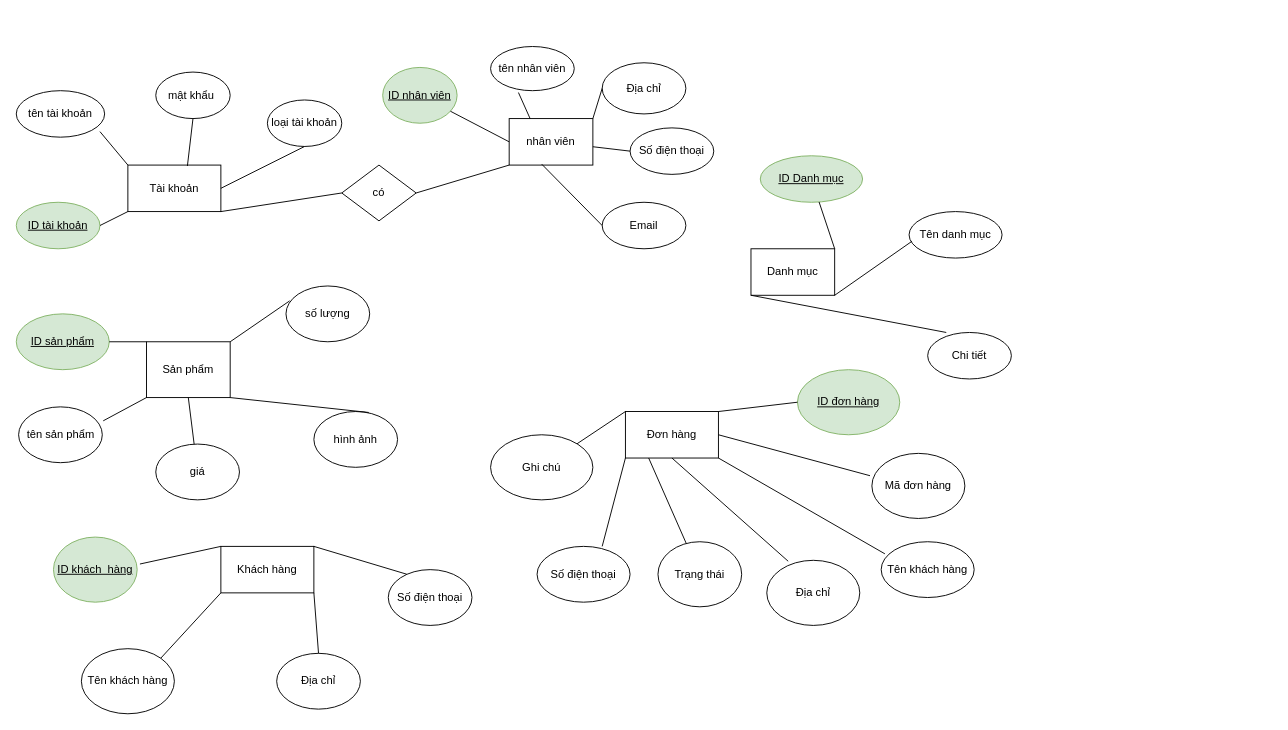
Above: DtbAsg.drawio in DungCR7/Database (draw.io), before the change. Source tidied: cells renumbered, new cells numbered last; positions are measured from the earlier drawing's top-left corner, leaving out a move shared by most shapes. Both pictures are drawn from the tidied source at 93%, with x=0, y=0 at pixel (16, 46).
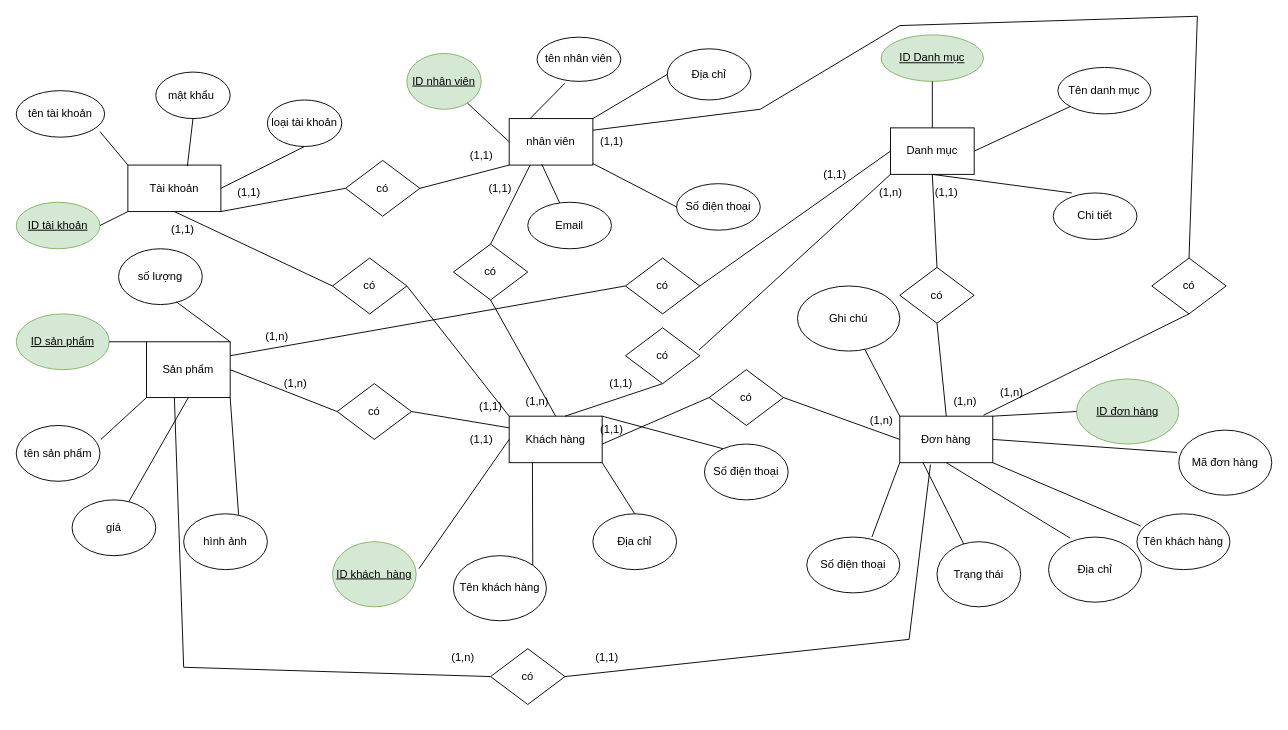
The same diagram, later.

The change refers to these unchanged cells:
```xml
<mxCell id="2" value="Tài khoản" style="rounded=0;whiteSpace=wrap;html=1;" parent="1" vertex="1">
  <mxGeometry x="120" y="128" width="100" height="50" as="geometry" />
</mxCell>
<mxCell id="8" value="nhân viên" style="rounded=0;whiteSpace=wrap;html=1;" parent="1" vertex="1">
  <mxGeometry x="530" y="78" width="90" height="50" as="geometry" />
</mxCell>
<mxCell id="17" value="Sản phẩm" style="rounded=0;whiteSpace=wrap;html=1;" parent="1" vertex="1">
  <mxGeometry x="140" y="318" width="90" height="60" as="geometry" />
</mxCell>
```

The edit, as a diff of the source:
```diff
@@
     <mxCell id="3" value="&lt;u&gt;ID nhân viên&lt;/u&gt;" style="ellipse;whiteSpace=wrap;html=1;fillColor=#d5e8d4;strokeColor=#82b366;" parent="1" vertex="1">
-      <mxGeometry x="394" y="23" width="80" height="60" as="geometry" />
+      <mxGeometry x="420" y="8" width="80" height="60" as="geometry" />
     </mxCell>
@@
     <mxCell id="9" value="Số điện thoại" style="ellipse;whiteSpace=wrap;html=1;" parent="1" vertex="1">
-      <mxGeometry x="660" y="88" width="90" height="50" as="geometry" />
+      <mxGeometry x="710" y="148" width="90" height="50" as="geometry" />
     </mxCell>
     <mxCell id="10" value="Địa chỉ" style="ellipse;whiteSpace=wrap;html=1;" parent="1" vertex="1">
-      <mxGeometry x="630" y="18" width="90" height="55" as="geometry" />
+      <mxGeometry x="700" y="3" width="90" height="55" as="geometry" />
     </mxCell>
     <mxCell id="11" value="tên nhân viên" style="ellipse;whiteSpace=wrap;html=1;" parent="1" vertex="1">
-      <mxGeometry x="510" y="0.5" width="90" height="47.5" as="geometry" />
+      <mxGeometry x="560" y="-9.5" width="90" height="47.5" as="geometry" />
     </mxCell>
     <mxCell id="12" value="Email" style="ellipse;whiteSpace=wrap;html=1;" parent="1" vertex="1">
-      <mxGeometry x="630" y="168" width="90" height="50" as="geometry" />
+      <mxGeometry x="550" y="168" width="90" height="50" as="geometry" />
     </mxCell>
     <mxCell id="13" value="Danh mục" style="rounded=0;whiteSpace=wrap;html=1;" parent="1" vertex="1">
-      <mxGeometry x="790" y="218" width="90" height="50" as="geometry" />
+      <mxGeometry x="940" y="88" width="90" height="50" as="geometry" />
     </mxCell>
     <mxCell id="14" value="Chi tiết" style="ellipse;whiteSpace=wrap;html=1;" parent="1" vertex="1">
-      <mxGeometry x="980" y="308" width="90" height="50" as="geometry" />
+      <mxGeometry x="1115" y="158" width="90" height="50" as="geometry" />
     </mxCell>
     <mxCell id="15" value="&lt;u&gt;ID Danh mục&lt;/u&gt;" style="ellipse;whiteSpace=wrap;html=1;fillColor=#d5e8d4;strokeColor=#82b366;" parent="1" vertex="1">
-      <mxGeometry x="800" y="118" width="110" height="50" as="geometry" />
+      <mxGeometry x="930" y="-12" width="110" height="50" as="geometry" />
     </mxCell>
     <mxCell id="16" value="Tên danh mục" style="ellipse;whiteSpace=wrap;html=1;" parent="1" vertex="1">
-      <mxGeometry x="960" y="178" width="100" height="50" as="geometry" />
+      <mxGeometry x="1120" y="23" width="100" height="50" as="geometry" />
     </mxCell>
@@
     <mxCell id="18" value="hình ảnh" style="ellipse;whiteSpace=wrap;html=1;" parent="1" vertex="1">
-      <mxGeometry x="320" y="393" width="90" height="60" as="geometry" />
+      <mxGeometry x="180" y="503" width="90" height="60" as="geometry" />
     </mxCell>
     <mxCell id="19" value="số lượng" style="ellipse;whiteSpace=wrap;html=1;" parent="1" vertex="1">
-      <mxGeometry x="290" y="258" width="90" height="60" as="geometry" />
+      <mxGeometry x="110" y="218" width="90" height="60" as="geometry" />
     </mxCell>
     <mxCell id="20" value="giá" style="ellipse;whiteSpace=wrap;html=1;" parent="1" vertex="1">
-      <mxGeometry x="150" y="428" width="90" height="60" as="geometry" />
+      <mxGeometry x="60" y="488" width="90" height="60" as="geometry" />
     </mxCell>
     <mxCell id="21" value="tên sản phẩm" style="ellipse;whiteSpace=wrap;html=1;" parent="1" vertex="1">
-      <mxGeometry x="2.5" y="388" width="90" height="60" as="geometry" />
+      <mxGeometry y="408" width="90" height="60" as="geometry" />
     </mxCell>
@@
     <mxCell id="23" value="Khách hàng" style="rounded=0;whiteSpace=wrap;html=1;" parent="1" vertex="1">
-      <mxGeometry x="220" y="538" width="100" height="50" as="geometry" />
+      <mxGeometry x="530" y="398" width="100" height="50" as="geometry" />
     </mxCell>
     <mxCell id="24" value="Số điện thoại" style="ellipse;whiteSpace=wrap;html=1;" parent="1" vertex="1">
-      <mxGeometry x="400" y="563" width="90" height="60" as="geometry" />
+      <mxGeometry x="740" y="428" width="90" height="60" as="geometry" />
     </mxCell>
     <mxCell id="25" value="Địa chỉ" style="ellipse;whiteSpace=wrap;html=1;" parent="1" vertex="1">
-      <mxGeometry x="280" y="653" width="90" height="60" as="geometry" />
+      <mxGeometry x="620" y="503" width="90" height="60" as="geometry" />
     </mxCell>
     <mxCell id="26" value="Tên khách hàng" style="ellipse;whiteSpace=wrap;html=1;" parent="1" vertex="1">
-      <mxGeometry x="70" y="648" width="100" height="70" as="geometry" />
+      <mxGeometry x="470" y="548" width="100" height="70" as="geometry" />
     </mxCell>
     <mxCell id="27" value="&lt;u&gt;ID khách&amp;nbsp; hàng&lt;/u&gt;" style="ellipse;whiteSpace=wrap;html=1;fillColor=#d5e8d4;strokeColor=#82b366;" parent="1" vertex="1">
-      <mxGeometry x="40" y="528" width="90" height="70" as="geometry" />
+      <mxGeometry x="340" y="533" width="90" height="70" as="geometry" />
     </mxCell>
     <mxCell id="28" value="Đơn hàng" style="rounded=0;whiteSpace=wrap;html=1;" parent="1" vertex="1">
-      <mxGeometry x="655" y="393" width="100" height="50" as="geometry" />
+      <mxGeometry x="950" y="398" width="100" height="50" as="geometry" />
     </mxCell>
     <mxCell id="29" value="Ghi chú" style="ellipse;whiteSpace=wrap;html=1;" parent="1" vertex="1">
-      <mxGeometry x="510" y="418" width="110" height="70" as="geometry" />
+      <mxGeometry x="840" y="258" width="110" height="70" as="geometry" />
     </mxCell>
     <mxCell id="30" value="Trạng thái" style="ellipse;whiteSpace=wrap;html=1;" parent="1" vertex="1">
-      <mxGeometry x="690" y="533" width="90" height="70" as="geometry" />
+      <mxGeometry x="990" y="533" width="90" height="70" as="geometry" />
     </mxCell>
     <mxCell id="31" value="Tên khách hàng" style="ellipse;whiteSpace=wrap;html=1;" parent="1" vertex="1">
-      <mxGeometry x="930" y="533" width="100" height="60" as="geometry" />
+      <mxGeometry x="1205" y="503" width="100" height="60" as="geometry" />
     </mxCell>
     <mxCell id="32" value="Số điện thoại" style="ellipse;whiteSpace=wrap;html=1;" parent="1" vertex="1">
-      <mxGeometry x="560" y="538" width="100" height="60" as="geometry" />
+      <mxGeometry x="850" y="528" width="100" height="60" as="geometry" />
     </mxCell>
     <mxCell id="33" value="Địa chỉ" style="ellipse;whiteSpace=wrap;html=1;" parent="1" vertex="1">
-      <mxGeometry x="807" y="553" width="100" height="70" as="geometry" />
+      <mxGeometry x="1110" y="528" width="100" height="70" as="geometry" />
     </mxCell>
     <mxCell id="34" value="Mã đơn hàng" style="ellipse;whiteSpace=wrap;html=1;" parent="1" vertex="1">
-      <mxGeometry x="920" y="438" width="100" height="70" as="geometry" />
+      <mxGeometry x="1250" y="413" width="100" height="70" as="geometry" />
     </mxCell>
     <mxCell id="35" value="&lt;u&gt;ID đơn hàng&lt;/u&gt;" style="ellipse;whiteSpace=wrap;html=1;fillColor=#d5e8d4;strokeColor=#82b366;" parent="1" vertex="1">
-      <mxGeometry x="840" y="348" width="110" height="70" as="geometry" />
+      <mxGeometry x="1140" y="358" width="110" height="70" as="geometry" />
     </mxCell>
     <mxCell id="36" value="có" style="rhombus;whiteSpace=wrap;html=1;" parent="1" vertex="1">
-      <mxGeometry x="350" y="128" width="80" height="60" as="geometry" />
+      <mxGeometry x="354" y="123" width="80" height="60" as="geometry" />
     </mxCell>
@@
-    <mxCell id="45" style="endArrow=none;html=1;rounded=0;entryX=0.222;entryY=0;entryDx=0;entryDy=0;entryPerimeter=0;exitX=0;exitY=1;exitDx=0;exitDy=0;" parent="1" edge="1" source="13" target="14">
+    <mxCell id="45" style="endArrow=none;html=1;rounded=0;entryX=0.222;entryY=0;entryDx=0;entryDy=0;entryPerimeter=0;exitX=0.5;exitY=1;exitDx=0;exitDy=0;" parent="1" edge="1" source="13" target="14">
       <mxGeometry relative="1" as="geometry" />
     </mxCell>
-    <mxCell id="46" style="endArrow=none;html=1;rounded=0;entryX=0.03;entryY=0.64;entryDx=0;entryDy=0;entryPerimeter=0;exitX=1;exitY=1;exitDx=0;exitDy=0;" parent="1" edge="1" source="13" target="16">
+    <mxCell id="46" style="endArrow=none;html=1;rounded=0;exitX=1;exitY=0.5;exitDx=0;exitDy=0;" parent="1" edge="1" source="13" target="16">
       <mxGeometry relative="1" as="geometry" />
     </mxCell>
-    <mxCell id="47" style="endArrow=none;html=1;rounded=0;entryX=1;entryY=0;entryDx=0;entryDy=0;" parent="1" edge="1" source="15" target="13">
+    <mxCell id="47" style="endArrow=none;html=1;rounded=0;entryX=0.5;entryY=0;entryDx=0;entryDy=0;" parent="1" edge="1" source="15" target="13">
       <mxGeometry relative="1" as="geometry" />
     </mxCell>
-    <mxCell id="48" style="endArrow=none;html=1;rounded=0;entryX=0;entryY=0.5;entryDx=0;entryDy=0;exitX=0.389;exitY=0.98;exitDx=0;exitDy=0;exitPerimeter=0;" parent="1" edge="1" source="8" target="12">
+    <mxCell id="48" style="endArrow=none;html=1;rounded=0;exitX=0.389;exitY=0.98;exitDx=0;exitDy=0;exitPerimeter=0;" parent="1" edge="1" source="8" target="12">
       <mxGeometry relative="1" as="geometry" />
     </mxCell>
@@
-    <mxCell id="54" style="endArrow=none;html=1;rounded=0;exitX=1.033;exitY=0.414;exitDx=0;exitDy=0;exitPerimeter=0;entryX=0;entryY=0;entryDx=0;entryDy=0;" parent="1" edge="1" source="27" target="23">
+    <mxCell id="54" style="endArrow=none;html=1;rounded=0;exitX=1.033;exitY=0.414;exitDx=0;exitDy=0;exitPerimeter=0;entryX=0;entryY=0.5;entryDx=0;entryDy=0;" parent="1" edge="1" source="27" target="23">
       <mxGeometry relative="1" as="geometry" />
     </mxCell>
@@
-    <mxCell id="57" style="endArrow=none;html=1;rounded=0;entryX=1;entryY=0;entryDx=0;entryDy=0;exitX=0;exitY=1;exitDx=0;exitDy=0;" parent="1" edge="1" source="23" target="26">
+    <mxCell id="57" style="endArrow=none;html=1;rounded=0;entryX=1;entryY=0;entryDx=0;entryDy=0;exitX=0.25;exitY=1;exitDx=0;exitDy=0;" parent="1" edge="1" source="23" target="26">
       <mxGeometry relative="1" as="geometry" />
     </mxCell>
@@
-    <mxCell id="60" style="endArrow=none;html=1;rounded=0;entryX=1;entryY=0;entryDx=0;entryDy=0;exitX=0.044;exitY=0.267;exitDx=0;exitDy=0;exitPerimeter=0;" parent="1" edge="1" source="19" target="17">
+    <mxCell id="60" style="endArrow=none;html=1;rounded=0;entryX=1;entryY=0;entryDx=0;entryDy=0;exitX=0.689;exitY=0.95;exitDx=0;exitDy=0;exitPerimeter=0;" parent="1" edge="1" source="19" target="17">
       <mxGeometry relative="1" as="geometry" />
     </mxCell>
@@
+    <mxCell id="67" value="(1,1)" style="text;html=1;align=center;verticalAlign=middle;strokeColor=none;fillColor=none;" parent="1" vertex="1">
+      <mxGeometry x="230" y="148" width="40" height="20" as="geometry" />
+    </mxCell>
+    <mxCell id="68" value="(1,1)" style="text;html=1;align=center;verticalAlign=middle;strokeColor=none;fillColor=none;" parent="1" vertex="1">
+      <mxGeometry x="480" y="108" width="40" height="20" as="geometry" />
+    </mxCell>
+    <mxCell id="69" value="(1,1)" style="text;html=1;align=center;verticalAlign=middle;strokeColor=none;fillColor=none;" parent="1" vertex="1">
+      <mxGeometry x="490" y="378" width="40" height="20" as="geometry" />
+    </mxCell>
+    <mxCell id="70" value="&lt;span style=&quot;color: rgb(0, 0, 0); font-family: helvetica; font-size: 12px; font-style: normal; font-weight: 400; letter-spacing: normal; text-align: center; text-indent: 0px; text-transform: none; word-spacing: 0px; background-color: rgb(248, 249, 250); display: inline; float: none;&quot;&gt;(1,1)&lt;/span&gt;" style="text;whiteSpace=wrap;html=1;" parent="1" vertex="1">
+      <mxGeometry x="165" y="183" width="50" height="30" as="geometry" />
+    </mxCell>
+    <mxCell id="71" value="có" style="rhombus;whiteSpace=wrap;html=1;" parent="1" vertex="1">
+      <mxGeometry x="340" y="228" width="80" height="60" as="geometry" />
+    </mxCell>
+    <mxCell id="72" style="endArrow=none;html=1;rounded=0;exitX=0.5;exitY=1;exitDx=0;exitDy=0;entryX=0;entryY=0.5;entryDx=0;entryDy=0;" parent="1" edge="1" source="2" target="71">
+      <mxGeometry relative="1" as="geometry" />
+    </mxCell>
+    <mxCell id="73" style="endArrow=none;html=1;rounded=0;exitX=1;exitY=0.5;exitDx=0;exitDy=0;entryX=0;entryY=0;entryDx=0;entryDy=0;" parent="1" edge="1" source="71" target="23">
+      <mxGeometry relative="1" as="geometry" />
+    </mxCell>
+    <mxCell id="74" value="có" style="rhombus;whiteSpace=wrap;html=1;" parent="1" vertex="1">
+      <mxGeometry x="345" y="363" width="80" height="60" as="geometry" />
+    </mxCell>
+    <mxCell id="75" style="endArrow=none;html=1;rounded=0;exitX=1;exitY=1;exitDx=0;exitDy=0;entryX=0;entryY=0.5;entryDx=0;entryDy=0;" parent="1" edge="1" target="74">
+      <mxGeometry relative="1" as="geometry">
+        <mxPoint x="230" y="348" as="sourcePoint" />
+      </mxGeometry>
+    </mxCell>
+    <mxCell id="76" style="endArrow=none;html=1;rounded=0;exitX=1;exitY=0.5;exitDx=0;exitDy=0;entryX=0;entryY=0.25;entryDx=0;entryDy=0;" parent="1" edge="1" source="74" target="23">
+      <mxGeometry relative="1" as="geometry" />
+    </mxCell>
+    <mxCell id="77" value="(1,1)" style="text;html=1;align=center;verticalAlign=middle;strokeColor=none;fillColor=none;" parent="1" vertex="1">
+      <mxGeometry x="480" y="413" width="40" height="20" as="geometry" />
+    </mxCell>
+    <mxCell id="78" value="(1,n)" style="text;html=1;align=center;verticalAlign=middle;strokeColor=none;fillColor=none;" parent="1" vertex="1">
+      <mxGeometry x="280" y="353" width="40" height="20" as="geometry" />
+    </mxCell>
+    <mxCell id="79" value="có" style="rhombus;whiteSpace=wrap;html=1;" parent="1" vertex="1">
+      <mxGeometry x="655" y="228" width="80" height="60" as="geometry" />
+    </mxCell>
+    <mxCell id="80" style="endArrow=none;html=1;rounded=0;exitX=1;exitY=0.25;exitDx=0;exitDy=0;entryX=0;entryY=0.5;entryDx=0;entryDy=0;" parent="1" edge="1" source="17" target="79">
+      <mxGeometry relative="1" as="geometry" />
+    </mxCell>
+    <mxCell id="81" style="endArrow=none;html=1;rounded=0;exitX=1;exitY=0.5;exitDx=0;exitDy=0;entryX=0;entryY=0.5;entryDx=0;entryDy=0;" parent="1" edge="1" source="79" target="13">
+      <mxGeometry relative="1" as="geometry" />
+    </mxCell>
+    <mxCell id="82" value="(1,n)" style="text;html=1;align=center;verticalAlign=middle;strokeColor=none;fillColor=none;" parent="1" vertex="1">
+      <mxGeometry x="260" y="303" width="40" height="20" as="geometry" />
+    </mxCell>
+    <mxCell id="83" value="(1,1)" style="text;html=1;align=center;verticalAlign=middle;strokeColor=none;fillColor=none;" parent="1" vertex="1">
+      <mxGeometry x="860" y="128" width="40" height="20" as="geometry" />
+    </mxCell>
+    <mxCell id="84" value="có" style="rhombus;whiteSpace=wrap;html=1;" parent="1" vertex="1">
+      <mxGeometry x="470" y="213" width="80" height="60" as="geometry" />
+    </mxCell>
+    <mxCell id="85" style="endArrow=none;html=1;rounded=0;exitX=0.5;exitY=0;exitDx=0;exitDy=0;entryX=0.25;entryY=1;entryDx=0;entryDy=0;" parent="1" edge="1" source="84" target="8">
+      <mxGeometry relative="1" as="geometry" />
+    </mxCell>
+    <mxCell id="86" style="endArrow=none;html=1;rounded=0;exitX=0.5;exitY=1;exitDx=0;exitDy=0;entryX=0.5;entryY=0;entryDx=0;entryDy=0;" parent="1" edge="1" source="84" target="23">
+      <mxGeometry relative="1" as="geometry" />
+    </mxCell>
+    <mxCell id="87" value="(1,n)" style="text;html=1;align=center;verticalAlign=middle;strokeColor=none;fillColor=none;" parent="1" vertex="1">
+      <mxGeometry x="540" y="373" width="40" height="20" as="geometry" />
+    </mxCell>
+    <mxCell id="88" value="(1,1)" style="text;html=1;align=center;verticalAlign=middle;strokeColor=none;fillColor=none;" parent="1" vertex="1">
+      <mxGeometry x="500" y="143" width="40" height="20" as="geometry" />
+    </mxCell>
+    <mxCell id="89" value="có" style="rhombus;whiteSpace=wrap;html=1;" parent="1" vertex="1">
+      <mxGeometry x="745" y="348" width="80" height="60" as="geometry" />
+    </mxCell>
+    <mxCell id="90" style="endArrow=none;html=1;rounded=0;entryX=0;entryY=0.5;entryDx=0;entryDy=0;exitX=1;exitY=0.5;exitDx=0;exitDy=0;" parent="1" edge="1" source="89" target="28">
+      <mxGeometry relative="1" as="geometry" />
+    </mxCell>
+    <mxCell id="91" style="endArrow=none;html=1;rounded=0;entryX=0;entryY=0.5;entryDx=0;entryDy=0;exitX=1;exitY=0;exitDx=0;exitDy=0;" parent="1" edge="1" target="89">
+      <mxGeometry relative="1" as="geometry">
+        <mxPoint x="630" y="428" as="sourcePoint" />
+      </mxGeometry>
+    </mxCell>
+    <mxCell id="92" value="(1,n)" style="text;html=1;align=center;verticalAlign=middle;strokeColor=none;fillColor=none;" parent="1" vertex="1">
+      <mxGeometry x="910" y="393" width="40" height="20" as="geometry" />
+    </mxCell>
+    <mxCell id="93" value="(1,1)" style="text;html=1;align=center;verticalAlign=middle;strokeColor=none;fillColor=none;" parent="1" vertex="1">
+      <mxGeometry x="620" y="403" width="40" height="20" as="geometry" />
+    </mxCell>
+    <mxCell id="94" value="có" style="rhombus;whiteSpace=wrap;html=1;" parent="1" vertex="1">
+      <mxGeometry x="510" y="648" width="80" height="60" as="geometry" />
+    </mxCell>
+    <mxCell id="95" style="endArrow=none;html=1;rounded=0;exitX=1;exitY=0.5;exitDx=0;exitDy=0;entryX=0.33;entryY=1.04;entryDx=0;entryDy=0;entryPerimeter=0;" parent="1" edge="1" source="94" target="28">
+      <mxGeometry relative="1" as="geometry">
+        <Array as="points">
+          <mxPoint x="960" y="638" />
+        </Array>
+      </mxGeometry>
+    </mxCell>
+    <mxCell id="96" style="endArrow=none;html=1;rounded=0;entryX=0;entryY=0.5;entryDx=0;entryDy=0;" parent="1" edge="1" target="94">
+      <mxGeometry relative="1" as="geometry">
+        <mxPoint x="170" y="378" as="sourcePoint" />
+        <Array as="points">
+          <mxPoint x="180" y="668" />
+        </Array>
+      </mxGeometry>
+    </mxCell>
+    <mxCell id="97" value="(1,n)" style="text;html=1;align=center;verticalAlign=middle;strokeColor=none;fillColor=none;" parent="1" vertex="1">
+      <mxGeometry x="460" y="648" width="40" height="20" as="geometry" />
+    </mxCell>
+    <mxCell id="98" value="(1,1)" style="text;html=1;align=center;verticalAlign=middle;strokeColor=none;fillColor=none;" parent="1" vertex="1">
+      <mxGeometry x="615" y="648" width="40" height="20" as="geometry" />
+    </mxCell>
+    <mxCell id="99" value="có" style="rhombus;whiteSpace=wrap;html=1;" parent="1" vertex="1">
+      <mxGeometry x="950" y="238" width="80" height="60" as="geometry" />
+    </mxCell>
+    <mxCell id="100" style="endArrow=none;html=1;rounded=0;entryX=0.5;entryY=1;entryDx=0;entryDy=0;exitX=0.5;exitY=0;exitDx=0;exitDy=0;" parent="1" edge="1" source="99" target="13">
+      <mxGeometry relative="1" as="geometry" />
+    </mxCell>
+    <mxCell id="101" style="endArrow=none;html=1;rounded=0;entryX=0.5;entryY=1;entryDx=0;entryDy=0;exitX=0.5;exitY=0;exitDx=0;exitDy=0;" parent="1" edge="1" source="28" target="99">
+      <mxGeometry relative="1" as="geometry" />
+    </mxCell>
+    <mxCell id="102" value="(1,1)" style="text;html=1;align=center;verticalAlign=middle;strokeColor=none;fillColor=none;" parent="1" vertex="1">
+      <mxGeometry x="980" y="148" width="40" height="20" as="geometry" />
+    </mxCell>
+    <mxCell id="103" value="(1,n)" style="text;html=1;align=center;verticalAlign=middle;strokeColor=none;fillColor=none;" parent="1" vertex="1">
+      <mxGeometry x="1000" y="373" width="40" height="20" as="geometry" />
+    </mxCell>
+    <mxCell id="104" value="có" style="rhombus;whiteSpace=wrap;html=1;" parent="1" vertex="1">
+      <mxGeometry x="655" y="303" width="80" height="60" as="geometry" />
+    </mxCell>
+    <mxCell id="105" style="endArrow=none;html=1;rounded=0;exitX=0.988;exitY=0.4;exitDx=0;exitDy=0;entryX=0;entryY=1;entryDx=0;entryDy=0;exitPerimeter=0;" parent="1" edge="1" source="104" target="13">
+      <mxGeometry relative="1" as="geometry" />
+    </mxCell>
+    <mxCell id="106" style="endArrow=none;html=1;rounded=0;entryX=0.5;entryY=1;entryDx=0;entryDy=0;exitX=1;exitY=0;exitDx=0;exitDy=0;" parent="1" edge="1" target="104">
+      <mxGeometry relative="1" as="geometry">
+        <mxPoint x="590" y="398" as="sourcePoint" />
+      </mxGeometry>
+    </mxCell>
+    <mxCell id="107" value="(1,n)" style="text;html=1;align=center;verticalAlign=middle;strokeColor=none;fillColor=none;" parent="1" vertex="1">
+      <mxGeometry x="920" y="148" width="40" height="20" as="geometry" />
+    </mxCell>
+    <mxCell id="108" value="(1,1)" style="text;html=1;align=center;verticalAlign=middle;strokeColor=none;fillColor=none;" parent="1" vertex="1">
+      <mxGeometry x="630" y="353" width="40" height="20" as="geometry" />
+    </mxCell>
+    <mxCell id="109" value="có" style="rhombus;whiteSpace=wrap;html=1;" parent="1" vertex="1">
+      <mxGeometry x="1221" y="228" width="80" height="60" as="geometry" />
+    </mxCell>
+    <mxCell id="110" style="endArrow=none;html=1;rounded=0;entryX=0.9;entryY=-0.02;entryDx=0;entryDy=0;exitX=0.5;exitY=1;exitDx=0;exitDy=0;entryPerimeter=0;" parent="1" edge="1" source="109" target="28">
+      <mxGeometry relative="1" as="geometry" />
+    </mxCell>
+    <mxCell id="111" style="endArrow=none;html=1;rounded=0;entryX=0.5;entryY=0;entryDx=0;entryDy=0;exitX=1;exitY=0.25;exitDx=0;exitDy=0;" parent="1" edge="1" source="8" target="109">
+      <mxGeometry relative="1" as="geometry">
+        <Array as="points">
+          <mxPoint x="800" y="68" />
+          <mxPoint x="950" y="-22" />
+          <mxPoint x="1270" y="-32" />
+        </Array>
+      </mxGeometry>
+    </mxCell>
+    <mxCell id="112" value="(1,n)" style="text;html=1;align=center;verticalAlign=middle;strokeColor=none;fillColor=none;" parent="1" vertex="1">
+      <mxGeometry x="1050" y="363" width="40" height="20" as="geometry" />
+    </mxCell>
+    <mxCell id="113" value="(1,1)" style="text;html=1;align=center;verticalAlign=middle;strokeColor=none;fillColor=none;" parent="1" vertex="1">
+      <mxGeometry x="620" y="93" width="40" height="20" as="geometry" />
+    </mxCell>
```
